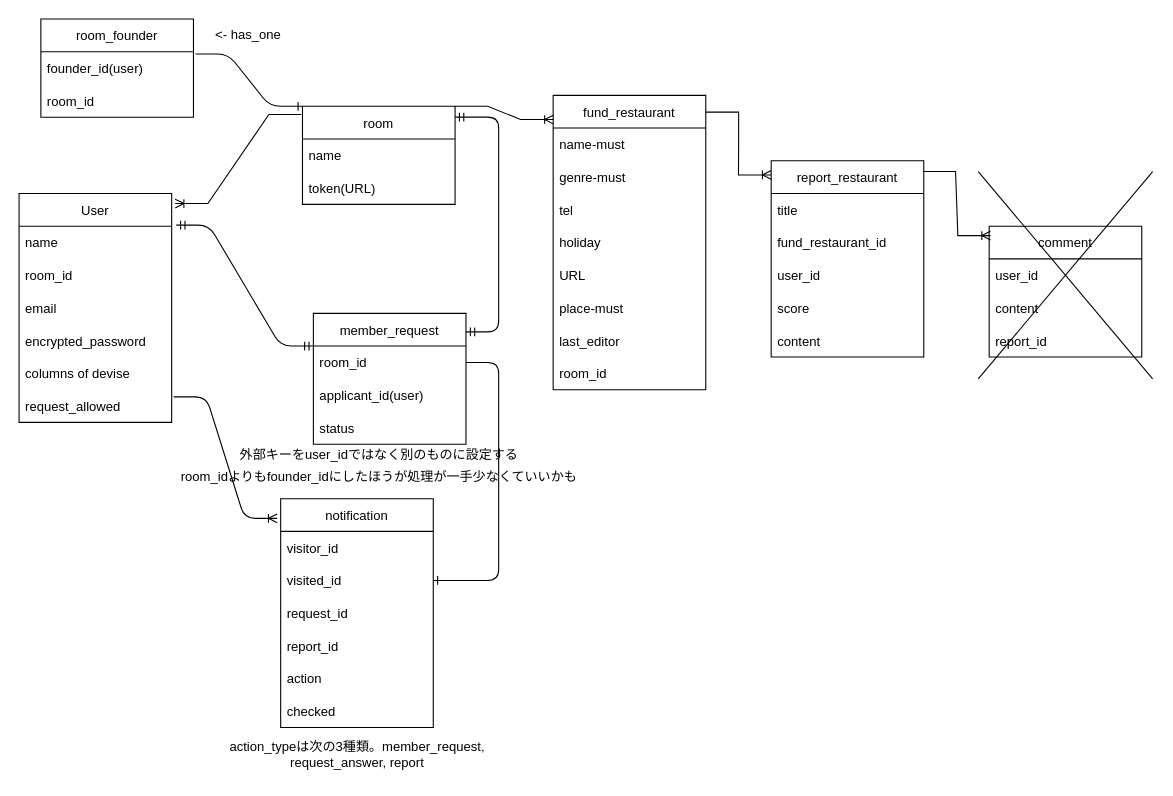
The draw.io diagram ER_diagram.drawio in kashmii/favs_we_know, before the edit. Source tidied: cells renumbered, new cells numbered last; positions are measured from the earlier drawing's top-left corner, leaving out a move shared by most shapes. Both pictures are drawn from the tidied source at 109%, with x=0, y=0 at pixel (19, 19).
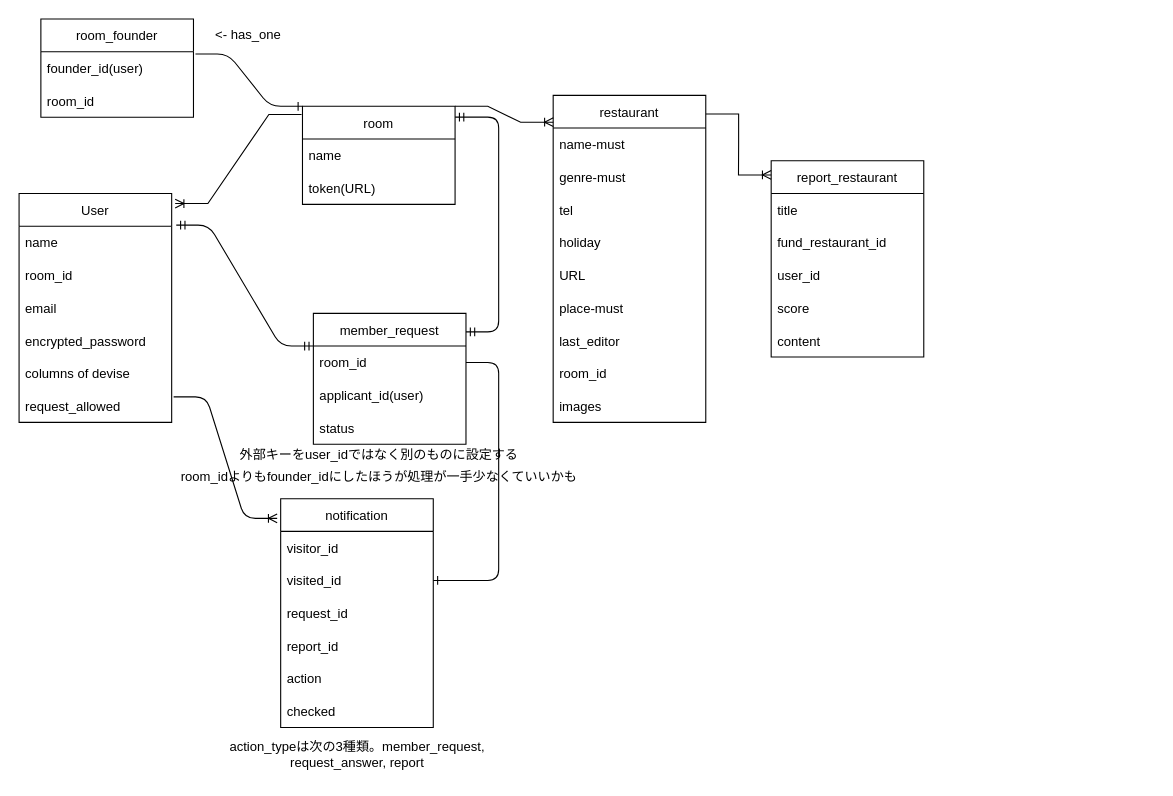
The same diagram, later.

The change refers to these unchanged cells:
```xml
<mxCell id="43" value="report_restaurant" style="swimlane;fontStyle=0;horizontal=1;startSize=30;" parent="1" vertex="1">
  <mxGeometry x="690" y="130" width="140" height="180" as="geometry" />
</mxCell>
```

Diff of the diagram source:
```diff
@@
-    <mxCell id="12" value="fund_restaurant" style="swimlane;fontStyle=0;horizontal=1;startSize=30;" parent="1" vertex="1">
-      <mxGeometry x="490" y="70" width="140" height="270" as="geometry" />
+    <mxCell id="12" value="restaurant" style="swimlane;fontStyle=0;horizontal=1;startSize=30;" parent="1" vertex="1">
+      <mxGeometry x="490" y="70" width="140" height="300" as="geometry" />
     </mxCell>
@@
+    <mxCell id="60" value="images" style="text;strokeColor=none;fillColor=none;align=left;verticalAlign=middle;spacingLeft=4;spacingRight=4;overflow=hidden;" parent="12" vertex="1">
+      <mxGeometry y="270" width="140" height="30" as="geometry" />
+    </mxCell>
@@
-    <mxCell id="39" value="comment" style="swimlane;fontStyle=0;horizontal=1;startSize=30;" parent="1" vertex="1">
-      <mxGeometry x="890" y="190" width="140" height="120" as="geometry" />
-    </mxCell>
-    <mxCell id="40" value="user_id" style="text;strokeColor=none;fillColor=none;align=left;verticalAlign=middle;spacingLeft=4;spacingRight=4;overflow=hidden;" parent="39" vertex="1">
-      <mxGeometry y="30" width="140" height="30" as="geometry" />
-    </mxCell>
-    <mxCell id="41" value="content" style="text;strokeColor=none;fillColor=none;align=left;verticalAlign=middle;spacingLeft=4;spacingRight=4;overflow=hidden;" parent="39" vertex="1">
-      <mxGeometry y="60" width="140" height="30" as="geometry" />
-    </mxCell>
-    <mxCell id="42" value="report_id" style="text;strokeColor=none;fillColor=none;align=left;verticalAlign=middle;spacingLeft=4;spacingRight=4;overflow=hidden;" parent="39" vertex="1">
-      <mxGeometry y="90" width="140" height="30" as="geometry" />
-    </mxCell>
@@
-    <mxCell id="52" style="edgeStyle=entityRelationEdgeStyle;fontSize=12;html=1;endArrow=ERoneToMany;rounded=0;entryX=0.009;entryY=0.072;entryDx=0;entryDy=0;entryPerimeter=0;exitX=0.994;exitY=0.055;exitDx=0;exitDy=0;exitPerimeter=0;" parent="1" edge="1" source="43" target="39">
-      <mxGeometry relative="1" as="geometry" />
-    </mxCell>
-    <mxCell id="53" style="endArrow=none;html=1;" parent="1" edge="1">
-      <mxGeometry relative="1" as="geometry">
-        <mxPoint x="880" y="330" as="sourcePoint" />
-        <mxPoint x="1040" y="140" as="targetPoint" />
-      </mxGeometry>
-    </mxCell>
-    <mxCell id="54" style="endArrow=none;html=1;" parent="1" edge="1">
-      <mxGeometry relative="1" as="geometry">
-        <mxPoint x="880" y="140" as="sourcePoint" />
-        <mxPoint x="1040" y="330" as="targetPoint" />
-      </mxGeometry>
-    </mxCell>
```
